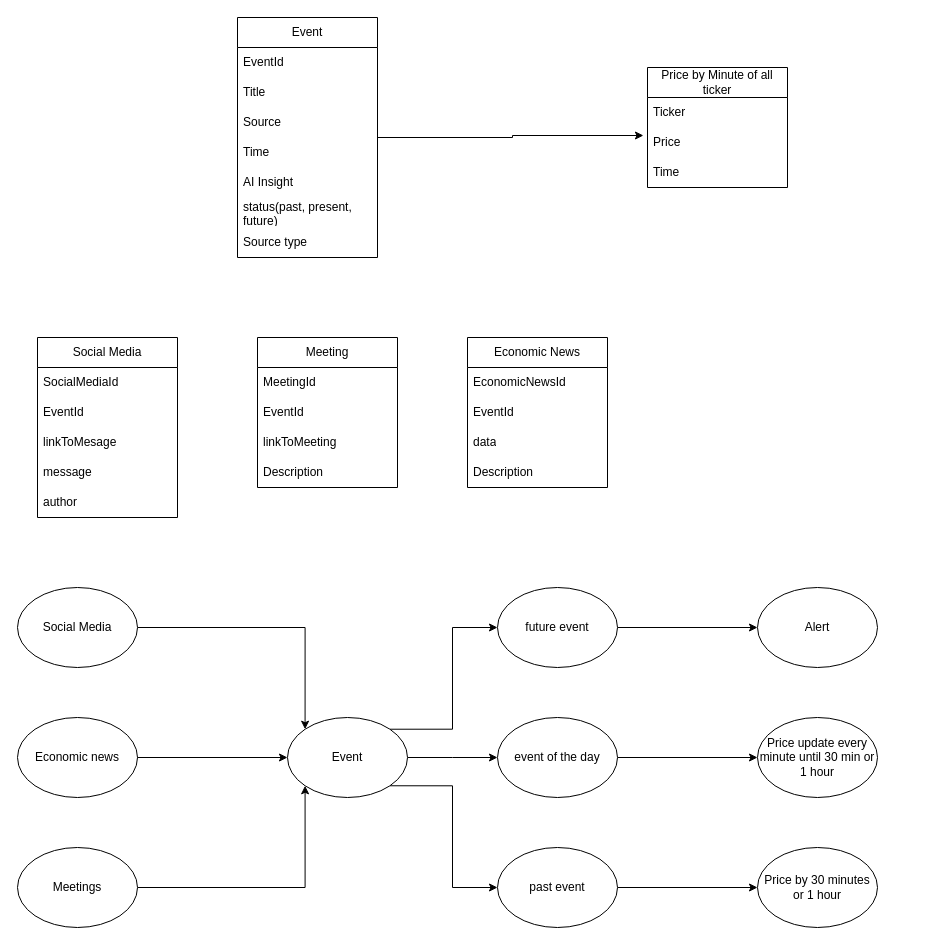
This is page "Page-2" (2 of 4) of edge_news_data_model.drawio from alan3737/edge-news, a draw.io file, before an edit. Source tidied: cells renumbered, new cells numbered last; positions are measured from the earlier drawing's top-left corner, leaving out a move shared by most shapes. Both pictures are drawn from the tidied source at 100%, with x=0, y=0 at pixel (17, 17).
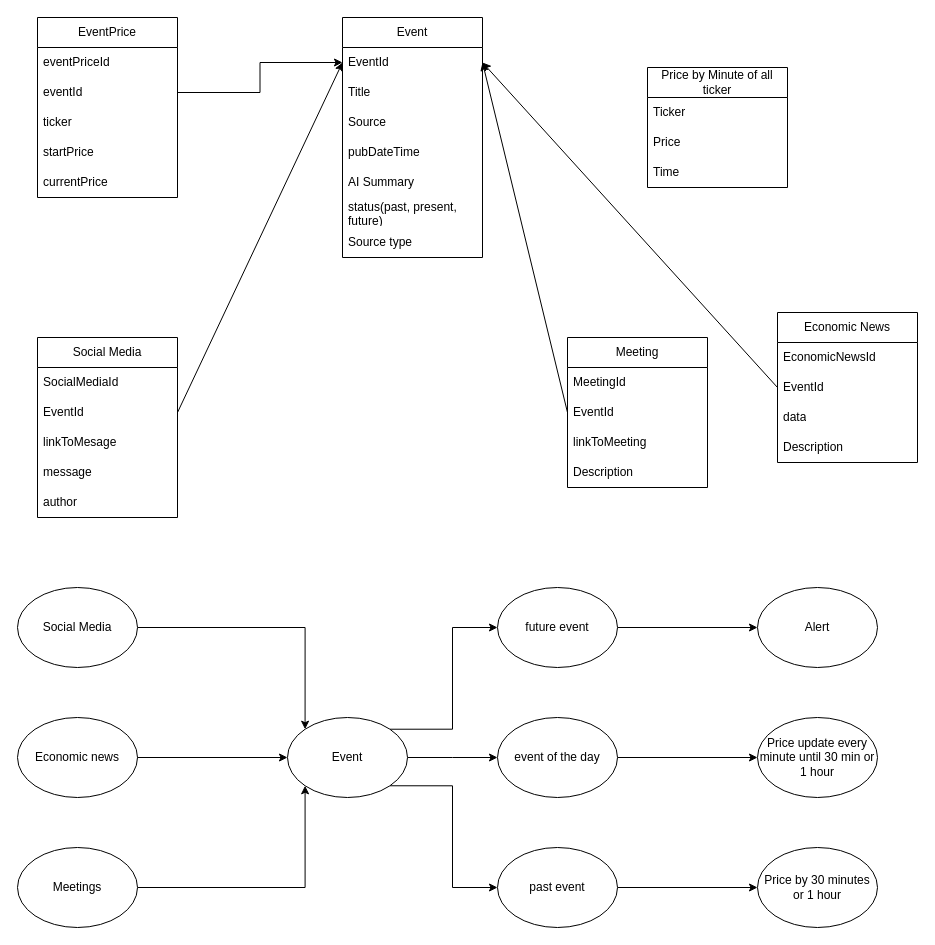
The same diagram, later.

The change refers to these unchanged cells:
```xml
<mxCell id="3" value="EventId" style="text;strokeColor=none;fillColor=none;align=left;verticalAlign=middle;spacingLeft=4;spacingRight=4;overflow=hidden;points=[[0,0.5],[1,0.5]];portConstraint=eastwest;whiteSpace=wrap;html=1;" parent="2" vertex="1">
  <mxGeometry y="30" width="140" height="30" as="geometry" />
</mxCell>
<mxCell id="12" value="Price" style="text;strokeColor=none;fillColor=none;align=left;verticalAlign=middle;spacingLeft=4;spacingRight=4;overflow=hidden;points=[[0,0.5],[1,0.5]];portConstraint=eastwest;whiteSpace=wrap;html=1;" parent="10" vertex="1">
  <mxGeometry y="60" width="140" height="30" as="geometry" />
</mxCell>
<mxCell id="16" value="EventId" style="text;strokeColor=none;fillColor=none;align=left;verticalAlign=middle;spacingLeft=4;spacingRight=4;overflow=hidden;points=[[0,0.5],[1,0.5]];portConstraint=eastwest;whiteSpace=wrap;html=1;" parent="14" vertex="1">
  <mxGeometry y="60" width="140" height="30" as="geometry" />
</mxCell>
<mxCell id="27" value="EventId" style="text;strokeColor=none;fillColor=none;align=left;verticalAlign=middle;spacingLeft=4;spacingRight=4;overflow=hidden;points=[[0,0.5],[1,0.5]];portConstraint=eastwest;whiteSpace=wrap;html=1;" parent="25" vertex="1">
  <mxGeometry y="60" width="140" height="30" as="geometry" />
</mxCell>
```

What changed in the source:
```diff
@@
     <mxCell id="2" value="Event" style="swimlane;fontStyle=0;horizontal=1;startSize=30;whiteSpace=wrap;html=1;fillColor=default;" parent="1" vertex="1">
-      <mxGeometry x="220" width="140" height="240" as="geometry" />
+      <mxGeometry x="325" width="140" height="240" as="geometry" />
     </mxCell>
@@
-    <mxCell id="6" value="Time" style="text;strokeColor=none;fillColor=none;align=left;verticalAlign=middle;spacingLeft=4;spacingRight=4;overflow=hidden;whiteSpace=wrap;html=1;" parent="2" vertex="1">
+    <mxCell id="6" value="pubDateTime" style="text;strokeColor=none;fillColor=none;align=left;verticalAlign=middle;spacingLeft=4;spacingRight=4;overflow=hidden;whiteSpace=wrap;html=1;" parent="2" vertex="1">
       <mxGeometry y="120" width="140" height="30" as="geometry" />
     </mxCell>
-    <mxCell id="7" value="AI Insight" style="text;strokeColor=none;fillColor=none;align=left;verticalAlign=middle;spacingLeft=4;spacingRight=4;overflow=hidden;whiteSpace=wrap;html=1;" parent="2" vertex="1">
+    <mxCell id="7" value="AI Summary" style="text;strokeColor=none;fillColor=none;align=left;verticalAlign=middle;spacingLeft=4;spacingRight=4;overflow=hidden;whiteSpace=wrap;html=1;" parent="2" vertex="1">
       <mxGeometry y="150" width="140" height="30" as="geometry" />
     </mxCell>
@@
     <mxCell id="20" value="Meeting" style="swimlane;fontStyle=0;horizontal=1;startSize=30;whiteSpace=wrap;html=1;" parent="1" vertex="1">
-      <mxGeometry x="240" y="320" width="140" height="150" as="geometry" />
+      <mxGeometry x="550" y="320" width="140" height="150" as="geometry" />
     </mxCell>
@@
     <mxCell id="25" value="Economic News" style="swimlane;fontStyle=0;horizontal=1;startSize=30;whiteSpace=wrap;html=1;" parent="1" vertex="1">
-      <mxGeometry x="450" y="320" width="140" height="150" as="geometry" />
+      <mxGeometry x="760" y="295" width="140" height="150" as="geometry" />
     </mxCell>
@@
-    <mxCell id="49" style="edgeStyle=orthogonalEdgeStyle;rounded=0;jettySize=auto;html=1;entryX=-0.029;entryY=0.267;entryDx=0;entryDy=0;entryPerimeter=0;" parent="1" edge="1" source="2" target="12">
-      <mxGeometry relative="1" as="geometry" />
-    </mxCell>
+    <mxCell id="50" value="EventPrice" style="swimlane;fontStyle=0;horizontal=1;startSize=30;whiteSpace=wrap;html=1;fillColor=default;" parent="1" vertex="1">
+      <mxGeometry x="20" width="140" height="180" as="geometry" />
+    </mxCell>
+    <mxCell id="51" value="eventPriceId" style="text;strokeColor=none;fillColor=none;align=left;verticalAlign=middle;spacingLeft=4;spacingRight=4;overflow=hidden;whiteSpace=wrap;html=1;" parent="50" vertex="1">
+      <mxGeometry y="30" width="140" height="30" as="geometry" />
+    </mxCell>
+    <mxCell id="52" value="eventId" style="text;strokeColor=none;fillColor=none;align=left;verticalAlign=middle;spacingLeft=4;spacingRight=4;overflow=hidden;points=[[0,0.5],[1,0.5]];portConstraint=eastwest;whiteSpace=wrap;html=1;" parent="50" vertex="1">
+      <mxGeometry y="60" width="140" height="30" as="geometry" />
+    </mxCell>
+    <mxCell id="53" value="ticker" style="text;strokeColor=none;fillColor=none;align=left;verticalAlign=middle;spacingLeft=4;spacingRight=4;overflow=hidden;whiteSpace=wrap;html=1;" parent="50" vertex="1">
+      <mxGeometry y="90" width="140" height="30" as="geometry" />
+    </mxCell>
+    <mxCell id="54" value="startPrice" style="text;strokeColor=none;fillColor=none;align=left;verticalAlign=middle;spacingLeft=4;spacingRight=4;overflow=hidden;whiteSpace=wrap;html=1;" parent="50" vertex="1">
+      <mxGeometry y="120" width="140" height="30" as="geometry" />
+    </mxCell>
+    <mxCell id="55" value="currentPrice" style="text;strokeColor=none;fillColor=none;align=left;verticalAlign=middle;spacingLeft=4;spacingRight=4;overflow=hidden;whiteSpace=wrap;html=1;" parent="50" vertex="1">
+      <mxGeometry y="150" width="140" height="30" as="geometry" />
+    </mxCell>
+    <mxCell id="56" style="edgeStyle=orthogonalEdgeStyle;rounded=0;jettySize=auto;html=1;exitX=1;exitY=0.5;exitDx=0;exitDy=0;entryX=0;entryY=0.5;entryDx=0;entryDy=0;" parent="1" edge="1" source="52" target="3">
+      <mxGeometry relative="1" as="geometry" />
+    </mxCell>
+    <mxCell id="57" style="endArrow=classic;html=1;rounded=0;entryX=0;entryY=0.5;entryDx=0;entryDy=0;exitX=1;exitY=0.5;exitDx=0;exitDy=0;" parent="1" edge="1" source="16" target="3">
+      <mxGeometry relative="1" as="geometry" />
+    </mxCell>
+    <mxCell id="58" style="endArrow=classic;html=1;rounded=0;entryX=1;entryY=0.5;entryDx=0;entryDy=0;exitX=0;exitY=0.5;exitDx=0;exitDy=0;" parent="1" edge="1" source="20" target="3">
+      <mxGeometry relative="1" as="geometry" />
+    </mxCell>
+    <mxCell id="59" style="endArrow=classic;html=1;rounded=0;entryX=1;entryY=0.5;entryDx=0;entryDy=0;exitX=0;exitY=0.5;exitDx=0;exitDy=0;" parent="1" edge="1" source="27" target="3">
+      <mxGeometry relative="1" as="geometry" />
+    </mxCell>
```
